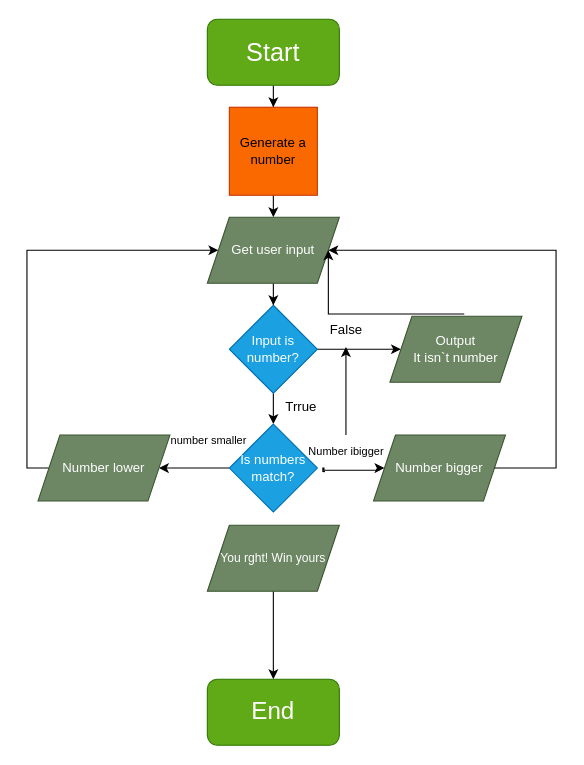
Before: guess a number.drawio in LikOfTheLichKing/lab_1, a draw.io diagram. Source tidied: cells renumbered, new cells numbered last; positions are measured from the earlier drawing's top-left corner, leaving out a move shared by most shapes. Both pictures are drawn from the tidied source at 110%, with x=0, y=0 at pixel (26, 19).
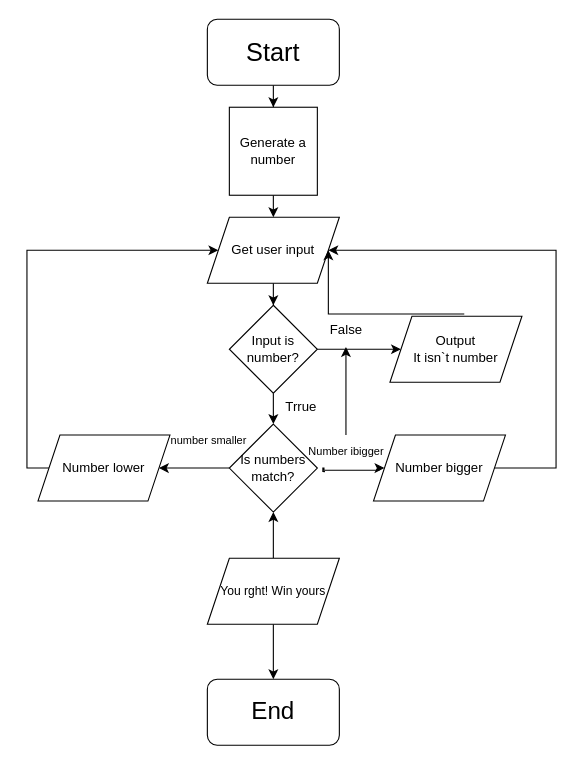
The same diagram, later.

Change to the diagram source:
```diff
@@
-    <mxCell id="3" value="&lt;font style=&quot;font-size: 23px;&quot;&gt;Start&lt;/font&gt;" style="rounded=1;whiteSpace=wrap;html=1;fillColor=#60a917;strokeColor=#2D7600;fontColor=#ffffff;" parent="1" vertex="1">
+    <mxCell id="3" value="&lt;font style=&quot;font-size: 23px;&quot;&gt;Start&lt;/font&gt;" style="rounded=1;whiteSpace=wrap;html=1;" parent="1" vertex="1">
       <mxGeometry x="164" width="120" height="60" as="geometry" />
     </mxCell>
@@
-    <mxCell id="5" value="Generate a number" style="whiteSpace=wrap;html=1;fillColor=#fa6800;fontColor=#000000;strokeColor=#C73500;" parent="1" vertex="1">
+    <mxCell id="5" value="Generate a number" style="whiteSpace=wrap;html=1;" parent="1" vertex="1">
       <mxGeometry x="184" y="80" width="80" height="80" as="geometry" />
     </mxCell>
@@
-    <mxCell id="7" value="Get user input" style="shape=parallelogram;perimeter=parallelogramPerimeter;whiteSpace=wrap;html=1;fixedSize=1;fillColor=#6d8764;fontColor=#ffffff;strokeColor=#3A5431;" parent="1" vertex="1">
+    <mxCell id="7" value="Get user input" style="shape=parallelogram;perimeter=parallelogramPerimeter;whiteSpace=wrap;html=1;fixedSize=1;" parent="1" vertex="1">
       <mxGeometry x="164" y="180" width="120" height="60" as="geometry" />
     </mxCell>
@@
-    <mxCell id="10" value="Input is number?" style="rhombus;whiteSpace=wrap;html=1;fillColor=#1ba1e2;fontColor=#ffffff;strokeColor=#006EAF;" parent="1" vertex="1">
+    <mxCell id="10" value="Input is number?" style="rhombus;whiteSpace=wrap;html=1;" parent="1" vertex="1">
       <mxGeometry x="184" y="260" width="80" height="80" as="geometry" />
     </mxCell>
@@
-    <mxCell id="13" value="Output&lt;br&gt;It isn`t number" style="shape=parallelogram;perimeter=parallelogramPerimeter;whiteSpace=wrap;html=1;fixedSize=1;fillColor=#6d8764;strokeColor=#3A5431;fontColor=#ffffff;" parent="1" vertex="1">
+    <mxCell id="13" value="Output&lt;br&gt;It isn`t number" style="shape=parallelogram;perimeter=parallelogramPerimeter;whiteSpace=wrap;html=1;fixedSize=1;" parent="1" vertex="1">
       <mxGeometry x="330" y="270" width="120" height="60" as="geometry" />
     </mxCell>
@@
-    <mxCell id="15" value="Is numbers match?" style="rhombus;whiteSpace=wrap;html=1;fillColor=#1ba1e2;strokeColor=#006EAF;fontColor=#ffffff;" parent="1" vertex="1">
+    <mxCell id="15" value="Is numbers match?" style="rhombus;whiteSpace=wrap;html=1;" parent="1" vertex="1">
       <mxGeometry x="184" y="368" width="80" height="80" as="geometry" />
     </mxCell>
@@
-    <mxCell id="17" value="Number bigger" style="shape=parallelogram;perimeter=parallelogramPerimeter;whiteSpace=wrap;html=1;fixedSize=1;fillColor=#6d8764;fontColor=#ffffff;strokeColor=#3A5431;" parent="1" vertex="1">
+    <mxCell id="17" value="Number bigger" style="shape=parallelogram;perimeter=parallelogramPerimeter;whiteSpace=wrap;html=1;fixedSize=1;" parent="1" vertex="1">
       <mxGeometry x="315" y="378" width="120" height="60" as="geometry" />
     </mxCell>
@@
-    <mxCell id="23" value="Number lower" style="shape=parallelogram;perimeter=parallelogramPerimeter;whiteSpace=wrap;html=1;fixedSize=1;fillColor=#6d8764;fontColor=#ffffff;strokeColor=#3A5431;" parent="1" vertex="1">
+    <mxCell id="23" value="Number lower" style="shape=parallelogram;perimeter=parallelogramPerimeter;whiteSpace=wrap;html=1;fixedSize=1;" parent="1" vertex="1">
       <mxGeometry x="10" y="378" width="120" height="60" as="geometry" />
     </mxCell>
@@
+    <mxCell id="28" style="edgeStyle=orthogonalEdgeStyle;rounded=0;jettySize=auto;html=1;entryX=0.5;entryY=1;entryDx=0;entryDy=0;" parent="1" edge="1" source="26" target="15">
+      <mxGeometry relative="1" as="geometry" />
+    </mxCell>
-    <mxCell id="26" value="&lt;font style=&quot;font-size: 11px;&quot;&gt;You rght! Win yours&lt;/font&gt;" style="shape=parallelogram;perimeter=parallelogramPerimeter;whiteSpace=wrap;html=1;fixedSize=1;fillColor=#6d8764;fontColor=#ffffff;strokeColor=#3A5431;" parent="1" vertex="1">
-      <mxGeometry x="164" y="460" width="120" height="60" as="geometry" />
+    <mxCell id="26" value="&lt;font style=&quot;font-size: 11px;&quot;&gt;You rght! Win yours&lt;/font&gt;" style="shape=parallelogram;perimeter=parallelogramPerimeter;whiteSpace=wrap;html=1;fixedSize=1;" parent="1" vertex="1">
+      <mxGeometry x="164" y="490" width="120" height="60" as="geometry" />
     </mxCell>
-    <mxCell id="27" value="&lt;font style=&quot;font-size: 22px;&quot;&gt;End&lt;/font&gt;" style="rounded=1;whiteSpace=wrap;html=1;fillColor=#60a917;strokeColor=#2D7600;fontColor=#ffffff;" parent="1" vertex="1">
+    <mxCell id="27" value="&lt;font style=&quot;font-size: 22px;&quot;&gt;End&lt;/font&gt;" style="rounded=1;whiteSpace=wrap;html=1;" parent="1" vertex="1">
       <mxGeometry x="164" y="600" width="120" height="60" as="geometry" />
     </mxCell>
```
